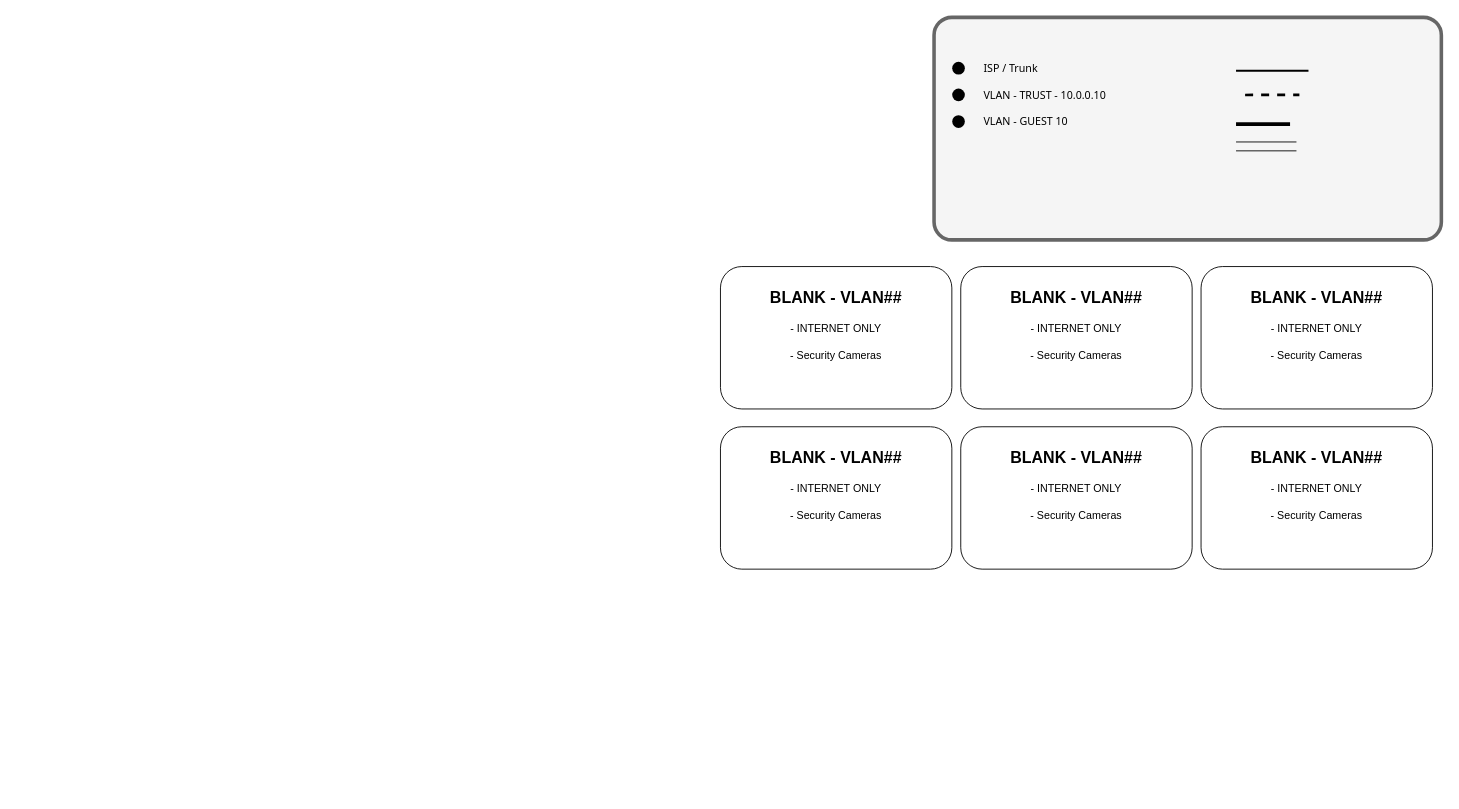
The draw.io diagram HNET.drawio in huntertwharris/projects, before the edit. Source tidied: cells renumbered, new cells numbered last; positions are measured from the earlier drawing's top-left corner, leaving out a move shared by most shapes. Both pictures are drawn from the tidied source at 89%, with x=0, y=0 at pixel (720, 17).
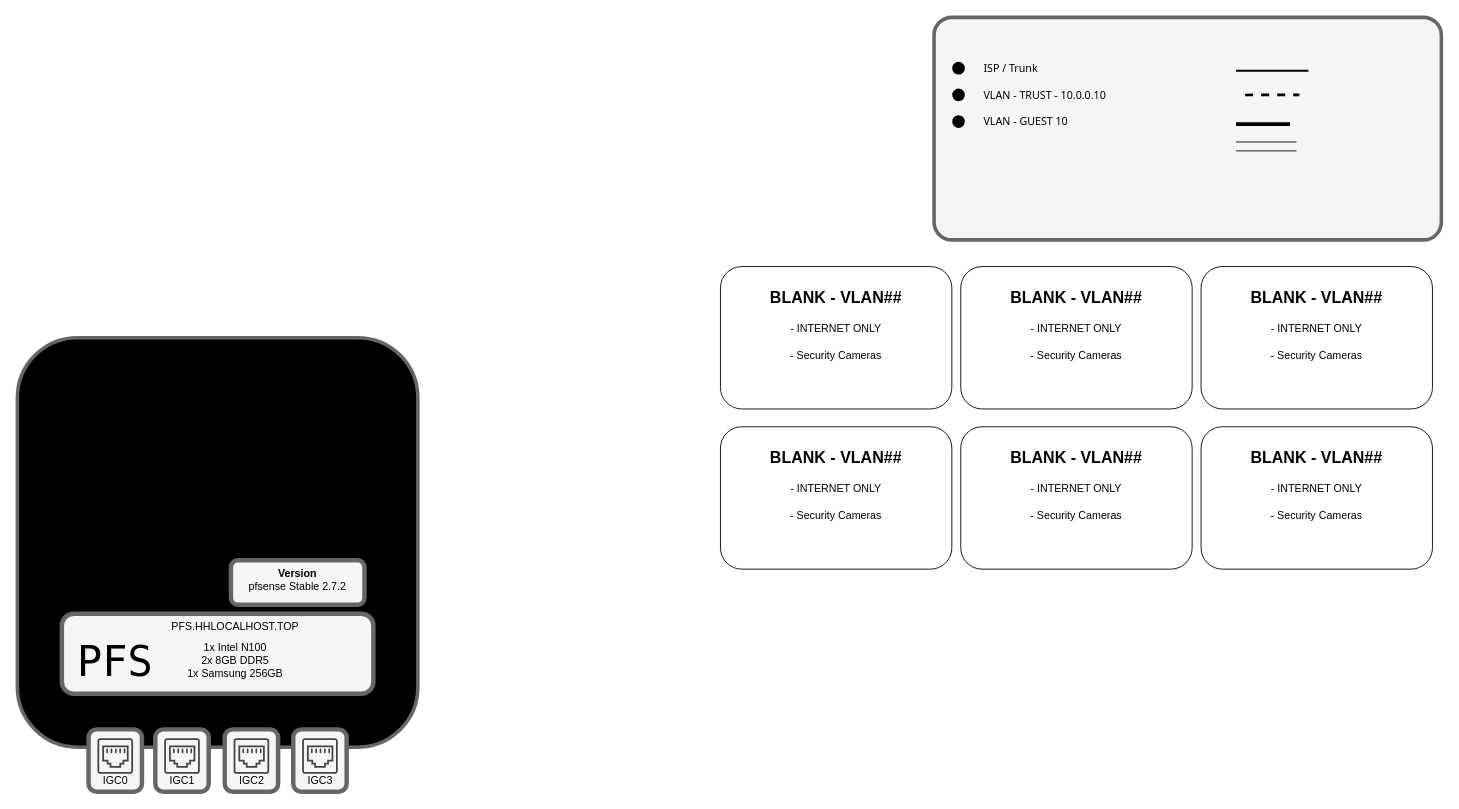
Above is the later version.

Change to the diagram source:
```diff
@@
+    <mxCell id="44" style="rounded=1;whiteSpace=wrap;html=1;fillColor=light-dark(#c9c9c9, #1a1a1a);fontColor=#333333;strokeColor=#666666;strokeWidth=4;fillStyle=hatch;" parent="1" vertex="1">
+      <mxGeometry x="-790" y="360" width="450" height="460" as="geometry" />
+    </mxCell>
@@
-    <mxCell id="12" style="group;" parent="1" vertex="1">
+    <mxCell id="12" style="group;fillColor=none;fillStyle=dots;" parent="1" vertex="1">
       <mxGeometry x="240" width="570" height="250" as="geometry" />
     </mxCell>
@@
+    <mxCell id="45" style="rounded=1;whiteSpace=wrap;html=1;fillColor=#f5f5f5;fontColor=#333333;strokeColor=#666666;gradientColor=none;gradientDirection=west;strokeWidth=5;" parent="1" vertex="1">
+      <mxGeometry x="-740" y="670" width="350" height="90" as="geometry" />
+    </mxCell>
+    <mxCell id="46" value="&lt;font face=&quot;Lucida Console&quot; style=&quot;font-size: 47px;&quot;&gt;PFS&lt;/font&gt;" style="text;html=1;align=center;verticalAlign=middle;whiteSpace=wrap;rounded=0;" parent="1" vertex="1">
+      <mxGeometry x="-710" y="710" width="60" height="30" as="geometry" />
+    </mxCell>
+    <mxCell id="47" value="PFS.HHLOCALHOST.TOP" style="text;html=1;align=center;verticalAlign=middle;whiteSpace=wrap;rounded=0;" parent="1" vertex="1">
+      <mxGeometry x="-575" y="670" width="60" height="30" as="geometry" />
+    </mxCell>
+    <mxCell id="48" value="&lt;div&gt;1x Intel N100&lt;/div&gt;&lt;div&gt;2x 8GB DDR5&lt;/div&gt;&lt;div&gt;1x Samsung 256GB&lt;br&gt;&lt;/div&gt;&lt;div&gt;&lt;br&gt;&lt;/div&gt;" style="text;html=1;align=center;verticalAlign=middle;whiteSpace=wrap;rounded=0;" parent="1" vertex="1">
+      <mxGeometry x="-620" y="710" width="150" height="40" as="geometry" />
+    </mxCell>
+    <mxCell id="49" style="group;" parent="1" vertex="1">
+      <mxGeometry x="-480" y="800" width="60" height="70" as="geometry" />
+    </mxCell>
+    <mxCell id="50" style="rounded=1;whiteSpace=wrap;html=1;fillColor=#f5f5f5;fontColor=#333333;strokeColor=#666666;strokeWidth=5;" parent="49" vertex="1">
+      <mxGeometry width="60" height="70" as="geometry" />
+    </mxCell>
+    <mxCell id="51" style="sketch=0;shadow=0;dashed=0;html=1;strokeColor=none;fillColor=#434445;labelPosition=center;verticalLabelPosition=bottom;verticalAlign=top;align=center;shape=mxgraph.vvd.ethernet_port;" parent="49" vertex="1">
+      <mxGeometry x="10" y="10" width="40" height="40" as="geometry" />
+    </mxCell>
+    <mxCell id="52" value="IGC3" style="text;html=1;align=center;verticalAlign=middle;whiteSpace=wrap;rounded=0;" parent="49" vertex="1">
+      <mxGeometry x="7.5" y="50" width="45" height="15" as="geometry" />
+    </mxCell>
+    <mxCell id="53" style="group;" parent="1" vertex="1">
+      <mxGeometry x="-635" y="800" width="60" height="70" as="geometry" />
+    </mxCell>
+    <mxCell id="54" style="rounded=1;whiteSpace=wrap;html=1;fillColor=#f5f5f5;fontColor=#333333;strokeColor=#666666;strokeWidth=5;" parent="53" vertex="1">
+      <mxGeometry width="60" height="70" as="geometry" />
+    </mxCell>
+    <mxCell id="55" style="sketch=0;shadow=0;dashed=0;html=1;strokeColor=none;fillColor=#434445;labelPosition=center;verticalLabelPosition=bottom;verticalAlign=top;align=center;shape=mxgraph.vvd.ethernet_port;" parent="53" vertex="1">
+      <mxGeometry x="10" y="10" width="40" height="40" as="geometry" />
+    </mxCell>
+    <mxCell id="56" value="IGC1" style="text;html=1;align=center;verticalAlign=middle;whiteSpace=wrap;rounded=0;" parent="53" vertex="1">
+      <mxGeometry x="7.5" y="50" width="45" height="15" as="geometry" />
+    </mxCell>
+    <mxCell id="57" style="group;" parent="1" vertex="1">
+      <mxGeometry x="-710" y="800" width="60" height="70" as="geometry" />
+    </mxCell>
+    <mxCell id="58" style="rounded=1;whiteSpace=wrap;html=1;fillColor=#f5f5f5;fontColor=#333333;strokeColor=#666666;strokeWidth=5;" parent="57" vertex="1">
+      <mxGeometry width="60" height="70" as="geometry" />
+    </mxCell>
+    <mxCell id="59" style="sketch=0;shadow=0;dashed=0;html=1;strokeColor=none;fillColor=#434445;labelPosition=center;verticalLabelPosition=bottom;verticalAlign=top;align=center;shape=mxgraph.vvd.ethernet_port;" parent="57" vertex="1">
+      <mxGeometry x="10" y="10" width="40" height="40" as="geometry" />
+    </mxCell>
+    <mxCell id="60" value="IGC0" style="text;html=1;align=center;verticalAlign=middle;whiteSpace=wrap;rounded=0;" parent="57" vertex="1">
+      <mxGeometry x="7.5" y="50" width="45" height="15" as="geometry" />
+    </mxCell>
+    <mxCell id="61" style="group;" parent="1" vertex="1">
+      <mxGeometry x="-557" y="800" width="60" height="70" as="geometry" />
+    </mxCell>
+    <mxCell id="62" style="rounded=1;whiteSpace=wrap;html=1;fillColor=#f5f5f5;fontColor=#333333;strokeColor=#666666;strokeWidth=5;" parent="61" vertex="1">
+      <mxGeometry width="60" height="70" as="geometry" />
+    </mxCell>
+    <mxCell id="63" style="sketch=0;shadow=0;dashed=0;html=1;strokeColor=none;fillColor=#434445;labelPosition=center;verticalLabelPosition=bottom;verticalAlign=top;align=center;shape=mxgraph.vvd.ethernet_port;" parent="61" vertex="1">
+      <mxGeometry x="10" y="10" width="40" height="40" as="geometry" />
+    </mxCell>
+    <mxCell id="64" value="IGC2" style="text;html=1;align=center;verticalAlign=middle;whiteSpace=wrap;rounded=0;" parent="61" vertex="1">
+      <mxGeometry x="7.5" y="50" width="45" height="15" as="geometry" />
+    </mxCell>
+    <mxCell id="65" style="rounded=1;whiteSpace=wrap;html=1;fillColor=#f5f5f5;fontColor=#333333;strokeColor=#666666;gradientColor=none;gradientDirection=west;strokeWidth=5;" parent="1" vertex="1">
+      <mxGeometry x="-550" y="610" width="150" height="50" as="geometry" />
+    </mxCell>
+    <mxCell id="66" value="&lt;b&gt;Version&lt;/b&gt;" style="text;html=1;align=center;verticalAlign=middle;whiteSpace=wrap;rounded=0;" parent="1" vertex="1">
+      <mxGeometry x="-505" y="620" width="60" height="10" as="geometry" />
+    </mxCell>
+    <mxCell id="67" value="pfsense Stable 2.7.2" style="text;html=1;align=center;verticalAlign=middle;whiteSpace=wrap;rounded=0;" parent="1" vertex="1">
+      <mxGeometry x="-540" y="630" width="130" height="20" as="geometry" />
+    </mxCell>
```
